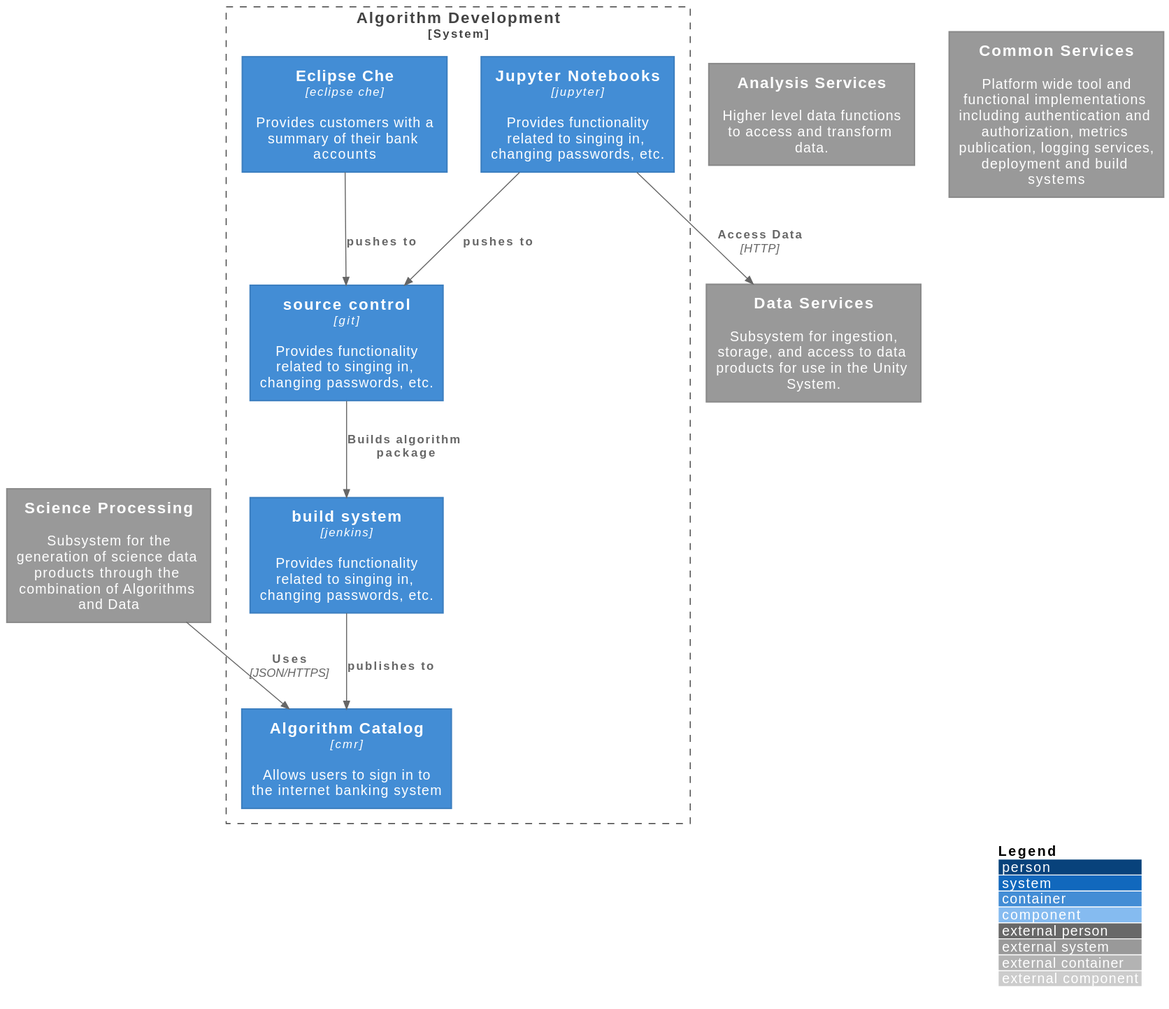
Earlier version of the PlantUML export docs/1. Unity Architecture/Algorithm Development/system.svg (unity-sds/unity-architecture).
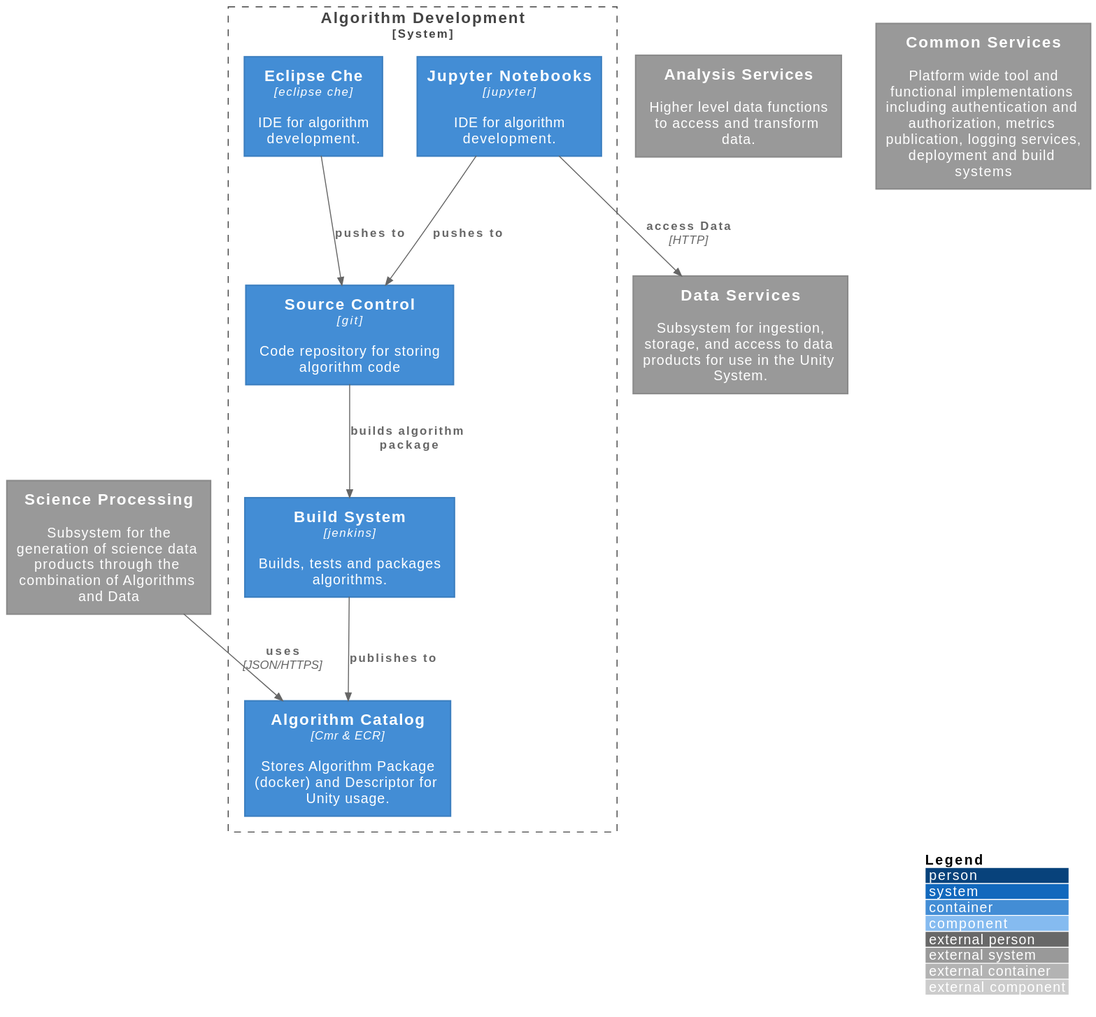
Later version of the same file.

Change to the diagram source:
```diff
@@ -16,19 +16,19 @@
 
 
 System_Boundary(ADS, "Algorithm Development") {
-    Container(ac, "Algorithm Catalog", "cmr", "Allows users to sign in to the internet banking system")
-    Container(ec, "Eclipse Che", "eclipse che", "Provides customers with a summary of their bank accounts")
-    Container(jn, "Jupyter Notebooks", "jupyter", "Provides functionality related to singing in, changing passwords, etc.")
-    Container(cicd, "build system", "jenkins", "Provides functionality related to singing in, changing passwords, etc.")
-    Container(git, "source control", "git", "Provides functionality related to singing in, changing passwords, etc.")
+    Container(ac, "Algorithm Catalog", "Cmr & ECR", "Stores Algorithm Package (docker) and Descriptor for Unity usage.")
+    Container(ec, "Eclipse Che", "eclipse che", "IDE for algorithm development.")
+    Container(jn, "Jupyter Notebooks", "jupyter", "IDE for algorithm development.")
+    Container(cicd, "Build System", "jenkins", "Builds, tests and packages algorithms.")
+    Container(git, "Source Control", "git", "Code repository for storing algorithm code")
 
     Rel(ec, git, "pushes to")
     Rel(jn, git, "pushes to")
-    Rel(git, cicd, "Builds algorithm package")
+    Rel(git, cicd, "builds algorithm package")
     Rel(cicd, ac, "publishes to")
 }
 
-Rel(jn, ds, "Access Data", "HTTP")
-Rel(sps, ac, "Uses", "JSON/HTTPS")
+Rel(jn, ds, "access Data", "HTTP")
+Rel(sps, ac, "uses", "JSON/HTTPS")
 
 @enduml
```
